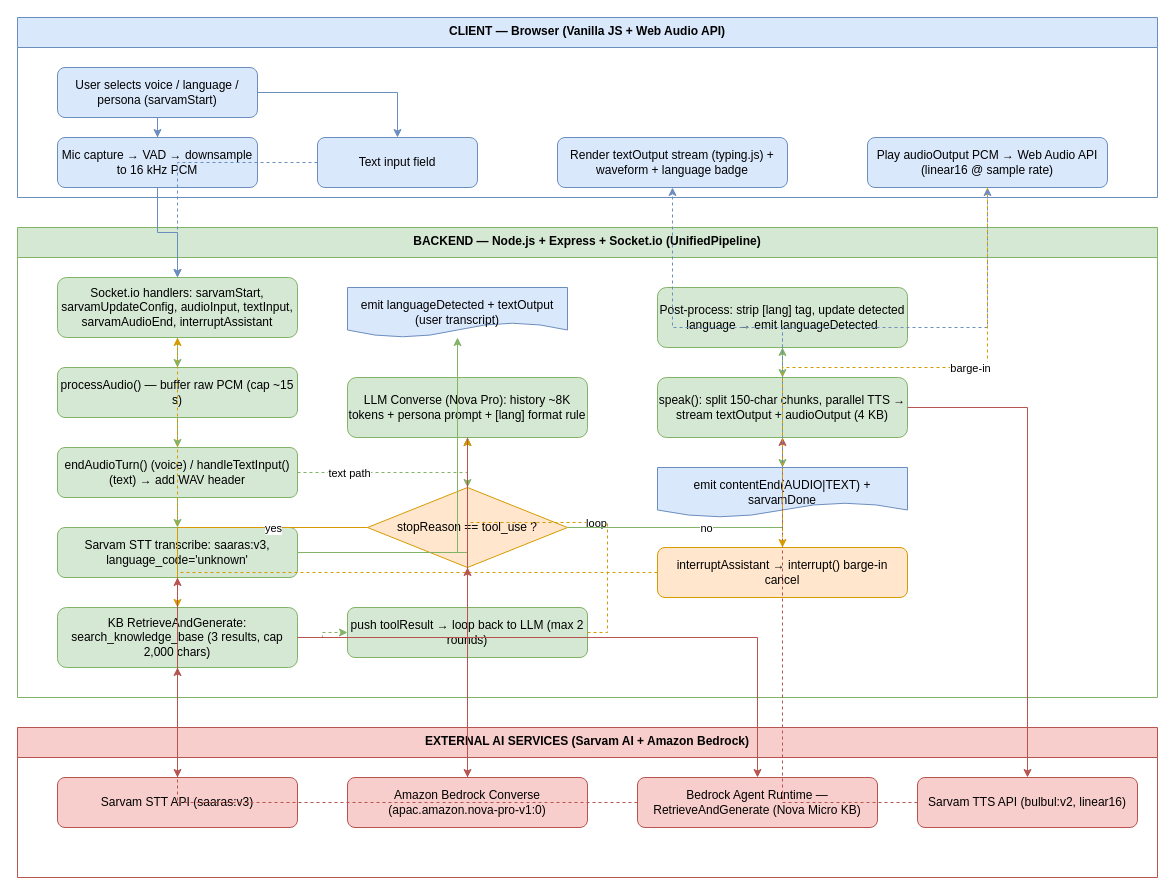
ABSatpute/Multilingual_Indic_Voicebot keeps this draw.io diagram as docs/agent-workflow.drawio. Above is the earlier version. Source tidied: cells renumbered, new cells numbered last; positions are measured from the earlier drawing's top-left corner, leaving out a move shared by most shapes. Both pictures are drawn from the tidied source at 100%, with x=0, y=0 at pixel (17, 17).
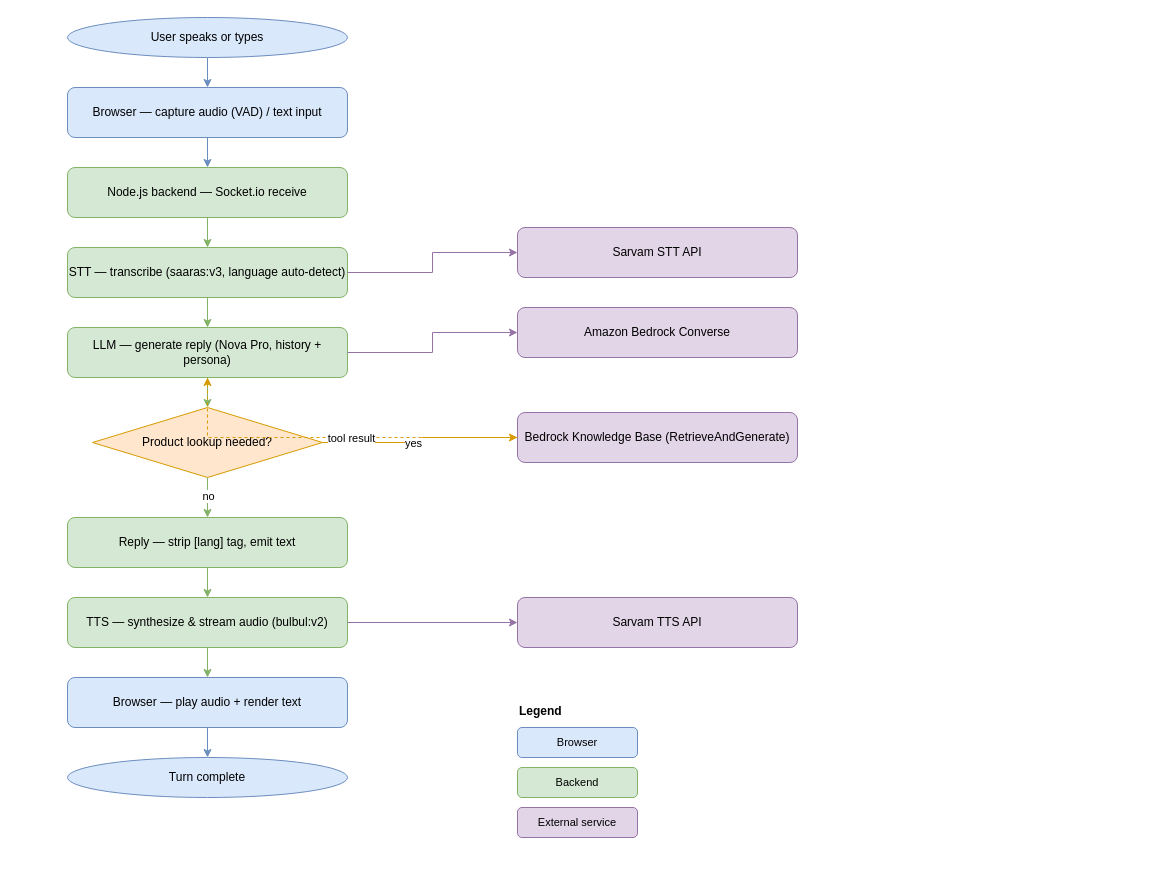
Above is the later version.

Commit message:
Simplify agent workflow diagram following best practices

Change to the diagram source:
```diff
@@
-    <mxCell id="2" value="CLIENT — Browser (Vanilla JS + Web Audio API)" style="swimlane;fontStyle=1;align=center;verticalAlign=top;horizontal=1;startSize=30;fillColor=#dae8fc;strokeColor=#6c8ebf;fontColor=#000000;" parent="1" vertex="1">
-      <mxGeometry width="1140" height="180" as="geometry" />
-    </mxCell>
-    <mxCell id="3" value="BACKEND — Node.js + Express + Socket.io (UnifiedPipeline)" style="swimlane;fontStyle=1;align=center;verticalAlign=top;horizontal=1;startSize=30;fillColor=#d5e8d4;strokeColor=#82b366;fontColor=#000000;" parent="1" vertex="1">
-      <mxGeometry y="210" width="1140" height="470" as="geometry" />
-    </mxCell>
-    <mxCell id="4" value="EXTERNAL AI SERVICES (Sarvam AI + Amazon Bedrock)" style="swimlane;fontStyle=1;align=center;verticalAlign=top;horizontal=1;startSize=30;fillColor=#f8cecc;strokeColor=#b85450;fontColor=#000000;" parent="1" vertex="1">
-      <mxGeometry y="710" width="1140" height="150" as="geometry" />
-    </mxCell>
-    <mxCell id="5" value="User selects voice / language / persona (sarvamStart)" style="rounded=1;whiteSpace=wrap;html=1;fillColor=#dae8fc;strokeColor=#6c8ebf;" parent="2" vertex="1">
-      <mxGeometry x="40" y="50" width="200" height="50" as="geometry" />
-    </mxCell>
-    <mxCell id="6" value="Mic capture → VAD → downsample to 16 kHz PCM" style="rounded=1;whiteSpace=wrap;html=1;fillColor=#dae8fc;strokeColor=#6c8ebf;" parent="2" vertex="1">
-      <mxGeometry x="40" y="120" width="200" height="50" as="geometry" />
-    </mxCell>
-    <mxCell id="7" value="Text input field" style="rounded=1;whiteSpace=wrap;html=1;fillColor=#dae8fc;strokeColor=#6c8ebf;" parent="2" vertex="1">
-      <mxGeometry x="300" y="120" width="160" height="50" as="geometry" />
-    </mxCell>
-    <mxCell id="8" value="Render textOutput stream (typing.js) + waveform + language badge" style="rounded=1;whiteSpace=wrap;html=1;fillColor=#dae8fc;strokeColor=#6c8ebf;" parent="2" vertex="1">
-      <mxGeometry x="540" y="120" width="230" height="50" as="geometry" />
-    </mxCell>
-    <mxCell id="9" value="Play audioOutput PCM → Web Audio API (linear16 @ sample rate)" style="rounded=1;whiteSpace=wrap;html=1;fillColor=#dae8fc;strokeColor=#6c8ebf;" parent="2" vertex="1">
-      <mxGeometry x="850" y="120" width="240" height="50" as="geometry" />
-    </mxCell>
+    <mxCell id="61" value="User speaks or types" style="ellipse;whiteSpace=wrap;html=1;fillColor=#dae8fc;strokeColor=#6c8ebf;" parent="1" vertex="1">
+      <mxGeometry x="50" width="280" height="40" as="geometry" />
+    </mxCell>
+    <mxCell id="62" value="Browser — capture audio (VAD) / text input" style="rounded=1;whiteSpace=wrap;html=1;fillColor=#dae8fc;strokeColor=#6c8ebf;" parent="1" vertex="1">
+      <mxGeometry x="50" y="70" width="280" height="50" as="geometry" />
+    </mxCell>
+    <mxCell id="63" value="Node.js backend — Socket.io receive" style="rounded=1;whiteSpace=wrap;html=1;fillColor=#d5e8d4;strokeColor=#82b366;" parent="1" vertex="1">
+      <mxGeometry x="50" y="150" width="280" height="50" as="geometry" />
+    </mxCell>
+    <mxCell id="64" value="STT — transcribe (saaras:v3, language auto-detect)" style="rounded=1;whiteSpace=wrap;html=1;fillColor=#d5e8d4;strokeColor=#82b366;" parent="1" vertex="1">
+      <mxGeometry x="50" y="230" width="280" height="50" as="geometry" />
+    </mxCell>
+    <mxCell id="65" value="LLM — generate reply (Nova Pro, history + persona)" style="rounded=1;whiteSpace=wrap;html=1;fillColor=#d5e8d4;strokeColor=#82b366;" parent="1" vertex="1">
+      <mxGeometry x="50" y="310" width="280" height="50" as="geometry" />
+    </mxCell>
+    <mxCell id="66" value="Product lookup needed?" style="rhombus;whiteSpace=wrap;html=1;fillColor=#ffe6cc;strokeColor=#d79b00;" parent="1" vertex="1">
+      <mxGeometry x="75" y="390" width="230" height="70" as="geometry" />
+    </mxCell>
+    <mxCell id="67" value="Reply — strip [lang] tag, emit text" style="rounded=1;whiteSpace=wrap;html=1;fillColor=#d5e8d4;strokeColor=#82b366;" parent="1" vertex="1">
+      <mxGeometry x="50" y="500" width="280" height="50" as="geometry" />
+    </mxCell>
+    <mxCell id="68" value="TTS — synthesize &amp; stream audio (bulbul:v2)" style="rounded=1;whiteSpace=wrap;html=1;fillColor=#d5e8d4;strokeColor=#82b366;" parent="1" vertex="1">
+      <mxGeometry x="50" y="580" width="280" height="50" as="geometry" />
+    </mxCell>
+    <mxCell id="69" value="Browser — play audio + render text" style="rounded=1;whiteSpace=wrap;html=1;fillColor=#dae8fc;strokeColor=#6c8ebf;" parent="1" vertex="1">
+      <mxGeometry x="50" y="660" width="280" height="50" as="geometry" />
+    </mxCell>
+    <mxCell id="70" value="Turn complete" style="ellipse;whiteSpace=wrap;html=1;fillColor=#dae8fc;strokeColor=#6c8ebf;" parent="1" vertex="1">
+      <mxGeometry x="50" y="740" width="280" height="40" as="geometry" />
+    </mxCell>
-    <mxCell id="10" value="Socket.io handlers: sarvamStart, sarvamUpdateConfig, audioInput, textInput, sarvamAudioEnd, interruptAssistant" style="rounded=1;whiteSpace=wrap;html=1;fillColor=#d5e8d4;strokeColor=#82b366;" parent="3" vertex="1">
-      <mxGeometry x="40" y="50" width="240" height="60" as="geometry" />
+    <mxCell id="10" value="Sarvam STT API" style="rounded=1;whiteSpace=wrap;html=1;fillColor=#e1d5e7;strokeColor=#9673a6;" parent="1" vertex="1">
+      <mxGeometry x="500" y="210" width="280" height="50" as="geometry" />
     </mxCell>
-    <mxCell id="11" value="processAudio() — buffer raw PCM (cap ~15 s)" style="rounded=1;whiteSpace=wrap;html=1;fillColor=#d5e8d4;strokeColor=#82b366;" parent="3" vertex="1">
-      <mxGeometry x="40" y="140" width="240" height="50" as="geometry" />
+    <mxCell id="11" value="Amazon Bedrock Converse" style="rounded=1;whiteSpace=wrap;html=1;fillColor=#e1d5e7;strokeColor=#9673a6;" parent="1" vertex="1">
+      <mxGeometry x="500" y="290" width="280" height="50" as="geometry" />
     </mxCell>
-    <mxCell id="12" value="endAudioTurn() (voice) / handleTextInput() (text) → add WAV header" style="rounded=1;whiteSpace=wrap;html=1;fillColor=#d5e8d4;strokeColor=#82b366;" parent="3" vertex="1">
-      <mxGeometry x="40" y="220" width="240" height="50" as="geometry" />
+    <mxCell id="12" value="Bedrock Knowledge Base (RetrieveAndGenerate)" style="rounded=1;whiteSpace=wrap;html=1;fillColor=#e1d5e7;strokeColor=#9673a6;" parent="1" vertex="1">
+      <mxGeometry x="500" y="395" width="280" height="50" as="geometry" />
     </mxCell>
-    <mxCell id="13" value="Sarvam STT transcribe: saaras:v3, language_code='unknown'" style="rounded=1;whiteSpace=wrap;html=1;fillColor=#d5e8d4;strokeColor=#82b366;" parent="3" vertex="1">
-      <mxGeometry x="40" y="300" width="240" height="50" as="geometry" />
+    <mxCell id="13" value="Sarvam TTS API" style="rounded=1;whiteSpace=wrap;html=1;fillColor=#e1d5e7;strokeColor=#9673a6;" parent="1" vertex="1">
+      <mxGeometry x="500" y="580" width="280" height="50" as="geometry" />
     </mxCell>
-    <mxCell id="14" value="emit languageDetected + textOutput (user transcript)" style="shape=document;whiteSpace=wrap;html=1;backgroundOutline=1;fillColor=#dae8fc;strokeColor=#6c8ebf;" parent="3" vertex="1">
-      <mxGeometry x="330" y="60" width="220" height="50" as="geometry" />
-    </mxCell>
-    <mxCell id="15" value="LLM Converse (Nova Pro): history ~8K tokens + persona prompt + [lang] format rule" style="rounded=1;whiteSpace=wrap;html=1;fillColor=#d5e8d4;strokeColor=#82b366;" parent="3" vertex="1">
-      <mxGeometry x="330" y="150" width="240" height="60" as="geometry" />
-    </mxCell>
-    <mxCell id="16" value="stopReason == tool_use ?" style="rhombus;whiteSpace=wrap;html=1;fillColor=#ffe6cc;strokeColor=#d79b00;" parent="3" vertex="1">
-      <mxGeometry x="350" y="260" width="200" height="80" as="geometry" />
-    </mxCell>
-    <mxCell id="17" value="KB RetrieveAndGenerate: search_knowledge_base (3 results, cap 2,000 chars)" style="rounded=1;whiteSpace=wrap;html=1;fillColor=#d5e8d4;strokeColor=#82b366;" parent="3" vertex="1">
-      <mxGeometry x="40" y="380" width="240" height="60" as="geometry" />
-    </mxCell>
-    <mxCell id="18" value="push toolResult → loop back to LLM (max 2 rounds)" style="rounded=1;whiteSpace=wrap;html=1;fillColor=#d5e8d4;strokeColor=#82b366;" parent="3" vertex="1">
-      <mxGeometry x="330" y="380" width="240" height="50" as="geometry" />
-    </mxCell>
-    <mxCell id="19" value="Post-process: strip [lang] tag, update detected language → emit languageDetected" style="rounded=1;whiteSpace=wrap;html=1;fillColor=#d5e8d4;strokeColor=#82b366;" parent="3" vertex="1">
-      <mxGeometry x="640" y="60" width="250" height="60" as="geometry" />
-    </mxCell>
-    <mxCell id="20" value="speak(): split 150-char chunks, parallel TTS → stream textOutput + audioOutput (4 KB)" style="rounded=1;whiteSpace=wrap;html=1;fillColor=#d5e8d4;strokeColor=#82b366;" parent="3" vertex="1">
-      <mxGeometry x="640" y="150" width="250" height="60" as="geometry" />
-    </mxCell>
-    <mxCell id="21" value="emit contentEnd(AUDIO|TEXT) + sarvamDone" style="shape=document;whiteSpace=wrap;html=1;backgroundOutline=1;fillColor=#dae8fc;strokeColor=#6c8ebf;" parent="3" vertex="1">
-      <mxGeometry x="640" y="240" width="250" height="50" as="geometry" />
-    </mxCell>
-    <mxCell id="22" value="interruptAssistant → interrupt() barge-in cancel" style="rounded=1;whiteSpace=wrap;html=1;fillColor=#ffe6cc;strokeColor=#d79b00;" parent="3" vertex="1">
-      <mxGeometry x="640" y="320" width="250" height="50" as="geometry" />
-    </mxCell>
-    <mxCell id="23" value="Sarvam STT API (saaras:v3)" style="rounded=1;whiteSpace=wrap;html=1;fillColor=#f8cecc;strokeColor=#b85450;" parent="4" vertex="1">
-      <mxGeometry x="40" y="50" width="240" height="50" as="geometry" />
-    </mxCell>
-    <mxCell id="24" value="Amazon Bedrock Converse (apac.amazon.nova-pro-v1:0)" style="rounded=1;whiteSpace=wrap;html=1;fillColor=#f8cecc;strokeColor=#b85450;" parent="4" vertex="1">
-      <mxGeometry x="330" y="50" width="240" height="50" as="geometry" />
-    </mxCell>
-    <mxCell id="25" value="Bedrock Agent Runtime — RetrieveAndGenerate (Nova Micro KB)" style="rounded=1;whiteSpace=wrap;html=1;fillColor=#f8cecc;strokeColor=#b85450;" parent="4" vertex="1">
-      <mxGeometry x="620" y="50" width="240" height="50" as="geometry" />
-    </mxCell>
-    <mxCell id="26" value="Sarvam TTS API (bulbul:v2, linear16)" style="rounded=1;whiteSpace=wrap;html=1;fillColor=#f8cecc;strokeColor=#b85450;" parent="4" vertex="1">
-      <mxGeometry x="900" y="50" width="220" height="50" as="geometry" />
-    </mxCell>
-    <mxCell id="27" style="edgeStyle=orthogonalEdgeStyle;rounded=0;jettySize=auto;html=1;strokeColor=#6c8ebf;" parent="2" edge="1" source="5" target="6">
-      <mxGeometry relative="1" as="geometry" />
-    </mxCell>
-    <mxCell id="28" style="edgeStyle=orthogonalEdgeStyle;rounded=0;jettySize=auto;html=1;strokeColor=#6c8ebf;" parent="2" edge="1" source="5" target="7">
-      <mxGeometry relative="1" as="geometry" />
-    </mxCell>
-    <mxCell id="29" style="edgeStyle=orthogonalEdgeStyle;rounded=0;jettySize=auto;html=1;strokeColor=#6c8ebf;" parent="3" edge="1" source="6" target="10">
-      <mxGeometry relative="1" as="geometry" />
-    </mxCell>
-    <mxCell id="30" style="edgeStyle=orthogonalEdgeStyle;rounded=0;jettySize=auto;html=1;strokeColor=#6c8ebf;dashed=1;" parent="3" edge="1" source="7" target="10">
-      <mxGeometry relative="1" as="geometry" />
-    </mxCell>
-    <mxCell id="31" style="edgeStyle=orthogonalEdgeStyle;rounded=0;jettySize=auto;html=1;strokeColor=#82b366;" parent="3" edge="1" source="10" target="11">
-      <mxGeometry relative="1" as="geometry" />
-    </mxCell>
-    <mxCell id="32" style="edgeStyle=orthogonalEdgeStyle;rounded=0;jettySize=auto;html=1;strokeColor=#82b366;" parent="3" edge="1" source="11" target="12">
-      <mxGeometry relative="1" as="geometry" />
-    </mxCell>
-    <mxCell id="33" style="edgeStyle=orthogonalEdgeStyle;rounded=0;jettySize=auto;html=1;strokeColor=#82b366;" parent="3" edge="1" source="12" target="13">
-      <mxGeometry relative="1" as="geometry" />
-    </mxCell>
-    <mxCell id="34" style="edgeStyle=orthogonalEdgeStyle;rounded=0;jettySize=auto;html=1;strokeColor=#82b366;dashed=1;" parent="3" edge="1" source="12" target="15">
-      <mxGeometry relative="1" as="geometry" />
-    </mxCell>
-    <mxCell id="35" value="text path" style="edgeLabel;html=1;align=center;verticalAlign=middle;" parent="34" vertex="1">
-      <mxGeometry x="-0.5" relative="1" as="geometry" />
-    </mxCell>
-    <mxCell id="36" style="edgeStyle=orthogonalEdgeStyle;rounded=0;jettySize=auto;html=1;strokeColor=#82b366;" parent="3" edge="1" source="13" target="14">
-      <mxGeometry relative="1" as="geometry" />
-    </mxCell>
-    <mxCell id="37" style="edgeStyle=orthogonalEdgeStyle;rounded=0;jettySize=auto;html=1;strokeColor=#82b366;" parent="3" edge="1" source="13" target="15">
-      <mxGeometry relative="1" as="geometry" />
-    </mxCell>
-    <mxCell id="38" style="edgeStyle=orthogonalEdgeStyle;rounded=0;jettySize=auto;html=1;strokeColor=#82b366;" parent="3" edge="1" source="15" target="16">
-      <mxGeometry relative="1" as="geometry" />
-    </mxCell>
-    <mxCell id="39" style="edgeStyle=orthogonalEdgeStyle;rounded=0;jettySize=auto;html=1;strokeColor=#d79b00;exitX=0;exitY=0.5;exitDx=0;exitDy=0;exitPerimeter=0;" parent="3" edge="1" source="16" target="17">
-      <mxGeometry relative="1" as="geometry" />
-    </mxCell>
+    <mxCell id="71" value="Legend" style="text;html=1;align=left;verticalAlign=top;fontStyle=1;" parent="1" vertex="1">
+      <mxGeometry x="500" y="680" width="80" height="20" as="geometry" />
+    </mxCell>
+    <mxCell id="72" value="Browser" style="rounded=1;whiteSpace=wrap;html=1;fillColor=#dae8fc;strokeColor=#6c8ebf;fontSize=11;" parent="1" vertex="1">
+      <mxGeometry x="500" y="710" width="120" height="30" as="geometry" />
+    </mxCell>
+    <mxCell id="73" value="Backend" style="rounded=1;whiteSpace=wrap;html=1;fillColor=#d5e8d4;strokeColor=#82b366;fontSize=11;" parent="1" vertex="1">
+      <mxGeometry x="500" y="750" width="120" height="30" as="geometry" />
+    </mxCell>
+    <mxCell id="74" value="External service" style="rounded=1;whiteSpace=wrap;html=1;fillColor=#e1d5e7;strokeColor=#9673a6;fontSize=11;" parent="1" vertex="1">
+      <mxGeometry x="500" y="790" width="120" height="30" as="geometry" />
+    </mxCell>
+    <mxCell id="75" style="edgeStyle=orthogonalEdgeStyle;rounded=0;jettySize=auto;html=1;strokeColor=#6c8ebf;" parent="1" edge="1" source="61" target="62">
+      <mxGeometry relative="1" as="geometry" />
+    </mxCell>
+    <mxCell id="76" style="edgeStyle=orthogonalEdgeStyle;rounded=0;jettySize=auto;html=1;strokeColor=#6c8ebf;" parent="1" edge="1" source="62" target="63">
+      <mxGeometry relative="1" as="geometry" />
+    </mxCell>
+    <mxCell id="77" style="edgeStyle=orthogonalEdgeStyle;rounded=0;jettySize=auto;html=1;strokeColor=#82b366;" parent="1" edge="1" source="63" target="64">
+      <mxGeometry relative="1" as="geometry" />
+    </mxCell>
+    <mxCell id="78" style="edgeStyle=orthogonalEdgeStyle;rounded=0;jettySize=auto;html=1;strokeColor=#82b366;" parent="1" edge="1" source="64" target="65">
+      <mxGeometry relative="1" as="geometry" />
+    </mxCell>
+    <mxCell id="79" style="edgeStyle=orthogonalEdgeStyle;rounded=0;jettySize=auto;html=1;strokeColor=#82b366;" parent="1" edge="1" source="65" target="66">
+      <mxGeometry relative="1" as="geometry" />
+    </mxCell>
+    <mxCell id="80" style="edgeStyle=orthogonalEdgeStyle;rounded=0;jettySize=auto;html=1;strokeColor=#82b366;" parent="1" edge="1" source="66" target="67">
+      <mxGeometry relative="1" as="geometry" />
+    </mxCell>
+    <mxCell id="45" value="no" style="edgeLabel;html=1;align=center;verticalAlign=middle;" parent="80" vertex="1">
+      <mxGeometry x="-0.1" relative="1" as="geometry" />
+    </mxCell>
+    <mxCell id="81" style="edgeStyle=orthogonalEdgeStyle;rounded=0;jettySize=auto;html=1;strokeColor=#82b366;" parent="1" edge="1" source="67" target="68">
+      <mxGeometry relative="1" as="geometry" />
+    </mxCell>
+    <mxCell id="82" style="edgeStyle=orthogonalEdgeStyle;rounded=0;jettySize=auto;html=1;strokeColor=#82b366;" parent="1" edge="1" source="68" target="69">
+      <mxGeometry relative="1" as="geometry" />
+    </mxCell>
+    <mxCell id="83" style="edgeStyle=orthogonalEdgeStyle;rounded=0;jettySize=auto;html=1;strokeColor=#6c8ebf;" parent="1" edge="1" source="69" target="70">
+      <mxGeometry relative="1" as="geometry" />
+    </mxCell>
+    <mxCell id="84" style="edgeStyle=orthogonalEdgeStyle;rounded=0;jettySize=auto;html=1;strokeColor=#9673a6;" parent="1" edge="1" source="64" target="10">
+      <mxGeometry relative="1" as="geometry" />
+    </mxCell>
+    <mxCell id="85" style="edgeStyle=orthogonalEdgeStyle;rounded=0;jettySize=auto;html=1;strokeColor=#9673a6;" parent="1" edge="1" source="65" target="11">
+      <mxGeometry relative="1" as="geometry" />
+    </mxCell>
+    <mxCell id="86" style="edgeStyle=orthogonalEdgeStyle;rounded=0;jettySize=auto;html=1;strokeColor=#d79b00;" parent="1" edge="1" source="66" target="12">
+      <mxGeometry relative="1" as="geometry" />
+    </mxCell>
-    <mxCell id="40" value="yes" style="edgeLabel;html=1;align=center;verticalAlign=middle;" parent="39" vertex="1">
-      <mxGeometry x="-0.3" relative="1" as="geometry" />
+    <mxCell id="40" value="yes" style="edgeLabel;html=1;align=center;verticalAlign=middle;" parent="86" vertex="1">
+      <mxGeometry x="-0.1" relative="1" as="geometry" />
     </mxCell>
-    <mxCell id="41" style="edgeStyle=orthogonalEdgeStyle;rounded=0;jettySize=auto;html=1;strokeColor=#82b366;dashed=1;" parent="3" edge="1" source="17" target="18">
-      <mxGeometry relative="1" as="geometry" />
-    </mxCell>
-    <mxCell id="42" style="edgeStyle=orthogonalEdgeStyle;rounded=0;jettySize=auto;html=1;strokeColor=#d79b00;dashed=1;exitX=1;exitY=0.5;exitDx=0;exitDy=0;exitPerimeter=0;" parent="3" edge="1" source="18" target="15">
-      <mxGeometry relative="1" as="geometry" />
-    </mxCell>
-    <mxCell id="43" value="loop" style="edgeLabel;html=1;align=center;verticalAlign=middle;" parent="42" vertex="1">
-      <mxGeometry x="-0.2" relative="1" as="geometry" />
-    </mxCell>
-    <mxCell id="44" style="edgeStyle=orthogonalEdgeStyle;rounded=0;jettySize=auto;html=1;strokeColor=#82b366;exitX=1;exitY=0.5;exitDx=0;exitDy=0;exitPerimeter=0;" parent="3" edge="1" source="16" target="19">
-      <mxGeometry relative="1" as="geometry" />
-    </mxCell>
-    <mxCell id="45" value="no" style="edgeLabel;html=1;align=center;verticalAlign=middle;" parent="44" vertex="1">
-      <mxGeometry x="-0.3" relative="1" as="geometry" />
-    </mxCell>
-    <mxCell id="46" style="edgeStyle=orthogonalEdgeStyle;rounded=0;jettySize=auto;html=1;strokeColor=#82b366;" parent="3" edge="1" source="19" target="20">
-      <mxGeometry relative="1" as="geometry" />
-    </mxCell>
-    <mxCell id="47" style="edgeStyle=orthogonalEdgeStyle;rounded=0;jettySize=auto;html=1;strokeColor=#82b366;" parent="3" edge="1" source="20" target="21">
-      <mxGeometry relative="1" as="geometry" />
-    </mxCell>
-    <mxCell id="48" style="edgeStyle=orthogonalEdgeStyle;rounded=0;jettySize=auto;html=1;strokeColor=#d79b00;dashed=1;" parent="3" edge="1" source="22" target="10">
-      <mxGeometry relative="1" as="geometry" />
-    </mxCell>
-    <mxCell id="49" style="edgeStyle=orthogonalEdgeStyle;rounded=0;jettySize=auto;html=1;strokeColor=#b85450;" parent="4" edge="1" source="13" target="23">
-      <mxGeometry relative="1" as="geometry" />
-    </mxCell>
-    <mxCell id="50" style="edgeStyle=orthogonalEdgeStyle;rounded=0;jettySize=auto;html=1;strokeColor=#b85450;dashed=1;" parent="4" edge="1" source="23" target="13">
-      <mxGeometry relative="1" as="geometry" />
-    </mxCell>
-    <mxCell id="51" style="edgeStyle=orthogonalEdgeStyle;rounded=0;jettySize=auto;html=1;strokeColor=#b85450;" parent="4" edge="1" source="15" target="24">
-      <mxGeometry relative="1" as="geometry" />
-    </mxCell>
-    <mxCell id="52" style="edgeStyle=orthogonalEdgeStyle;rounded=0;jettySize=auto;html=1;strokeColor=#b85450;dashed=1;" parent="4" edge="1" source="24" target="16">
-      <mxGeometry relative="1" as="geometry" />
-    </mxCell>
-    <mxCell id="53" style="edgeStyle=orthogonalEdgeStyle;rounded=0;jettySize=auto;html=1;strokeColor=#b85450;" parent="4" edge="1" source="17" target="25">
-      <mxGeometry relative="1" as="geometry" />
-    </mxCell>
-    <mxCell id="54" style="edgeStyle=orthogonalEdgeStyle;rounded=0;jettySize=auto;html=1;strokeColor=#b85450;dashed=1;" parent="4" edge="1" source="25" target="17">
-      <mxGeometry relative="1" as="geometry" />
-    </mxCell>
-    <mxCell id="55" style="edgeStyle=orthogonalEdgeStyle;rounded=0;jettySize=auto;html=1;strokeColor=#b85450;" parent="4" edge="1" source="20" target="26">
-      <mxGeometry relative="1" as="geometry" />
-    </mxCell>
-    <mxCell id="56" style="edgeStyle=orthogonalEdgeStyle;rounded=0;jettySize=auto;html=1;strokeColor=#b85450;dashed=1;" parent="4" edge="1" source="26" target="20">
-      <mxGeometry relative="1" as="geometry" />
-    </mxCell>
-    <mxCell id="57" style="edgeStyle=orthogonalEdgeStyle;rounded=0;jettySize=auto;html=1;strokeColor=#6c8ebf;dashed=1;" parent="1" edge="1" source="21" target="8">
-      <mxGeometry relative="1" as="geometry" />
-    </mxCell>
-    <mxCell id="58" style="edgeStyle=orthogonalEdgeStyle;rounded=0;jettySize=auto;html=1;strokeColor=#6c8ebf;dashed=1;" parent="1" edge="1" source="21" target="9">
-      <mxGeometry relative="1" as="geometry" />
-    </mxCell>
-    <mxCell id="59" style="edgeStyle=orthogonalEdgeStyle;rounded=0;jettySize=auto;html=1;strokeColor=#d79b00;dashed=1;" parent="1" edge="1" source="9" target="22">
-      <mxGeometry relative="1" as="geometry" />
-    </mxCell>
-    <mxCell id="60" value="barge-in" style="edgeLabel;html=1;align=center;verticalAlign=middle;" parent="59" vertex="1">
-      <mxGeometry x="-0.3" relative="1" as="geometry" />
-    </mxCell>
+    <mxCell id="87" style="edgeStyle=orthogonalEdgeStyle;rounded=0;jettySize=auto;html=1;strokeColor=#d79b00;dashed=1;" parent="1" edge="1" source="12" target="65">
+      <mxGeometry relative="1" as="geometry" />
+    </mxCell>
+    <mxCell id="88" value="tool result" style="edgeLabel;html=1;align=center;verticalAlign=middle;" parent="87" vertex="1">
+      <mxGeometry x="-0.1" relative="1" as="geometry" />
+    </mxCell>
+    <mxCell id="89" style="edgeStyle=orthogonalEdgeStyle;rounded=0;jettySize=auto;html=1;strokeColor=#9673a6;" parent="1" edge="1" source="68" target="13">
+      <mxGeometry relative="1" as="geometry" />
+    </mxCell>
```
